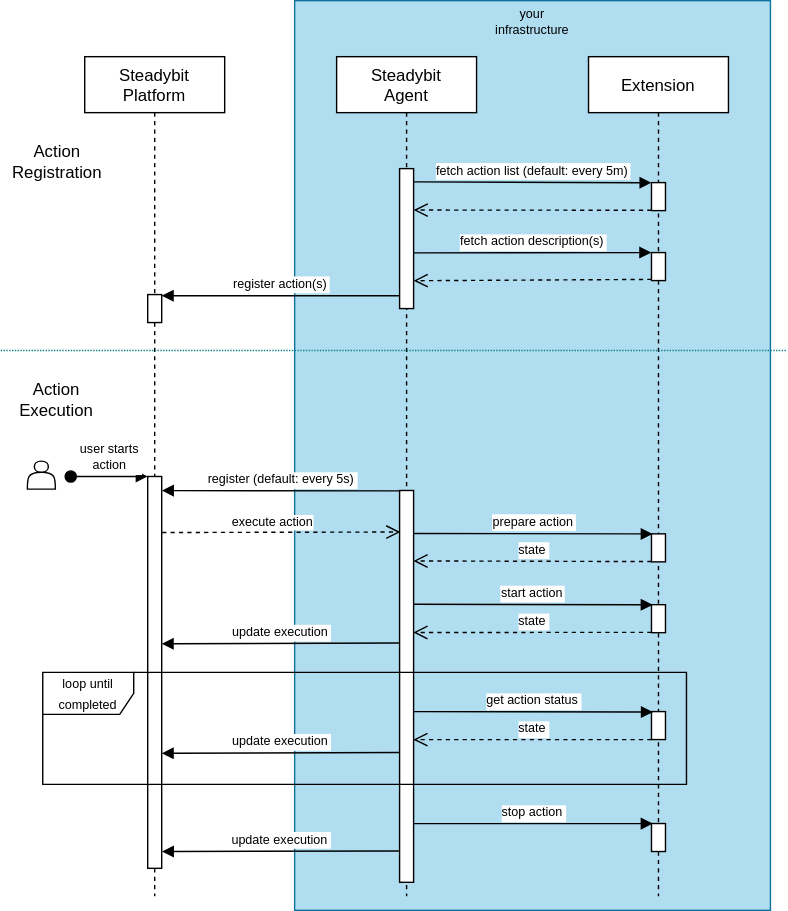
The draw.io diagram docs/img/event-flow.svg in steadybit/event-kit, before a commit. Source tidied: cells renumbered, new cells last; positions are measured from the earlier drawing's top-left corner, leaving out a move shared by most shapes.
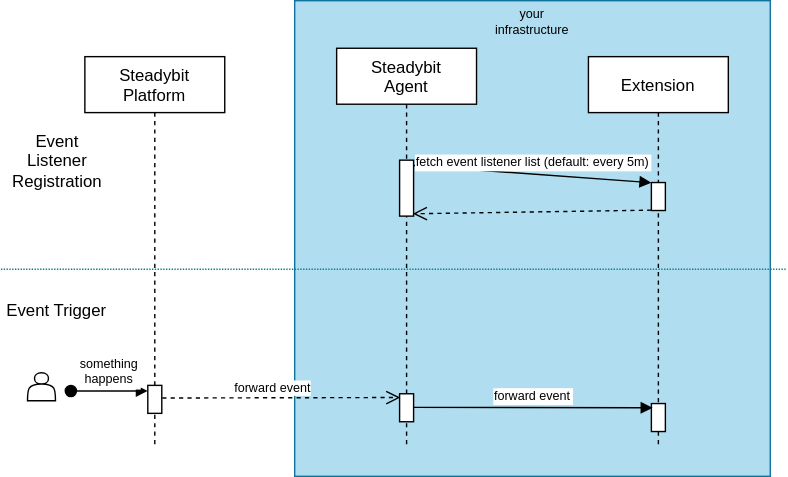
The same file after the commit.

The edit, as a diff of the source:
```diff
@@ -3,117 +3,72 @@
     <mxCell id="0" />
     <mxCell id="1" parent="0" />
     <mxCell id="2" style="whiteSpace=wrap;html=1;labelBackgroundColor=#0000CC;fontSize=9;fillColor=#b1ddf0;strokeColor=#10739e;" parent="1" vertex="1">
-      <mxGeometry x="210" width="340" height="650" as="geometry" />
+      <mxGeometry x="210" width="340" height="340" as="geometry" />
     </mxCell>
     <mxCell id="3" value="Steadybit &#10;Platform" style="shape=umlLifeline;perimeter=lifelinePerimeter;rounded=0;shadow=0;strokeWidth=1;" parent="1" vertex="1">
-      <mxGeometry x="60" y="40" width="100" height="600" as="geometry" />
+      <mxGeometry x="60" y="40" width="100" height="280" as="geometry" />
     </mxCell>
     <mxCell id="4" style="points=[];perimeter=orthogonalPerimeter;rounded=0;shadow=0;strokeWidth=1;" parent="3" vertex="1">
-      <mxGeometry x="45" y="300" width="10" height="280" as="geometry" />
+      <mxGeometry x="45" y="235" width="10" height="20" as="geometry" />
     </mxCell>
-    <mxCell id="5" value="user starts&#10;action" style="verticalAlign=bottom;startArrow=oval;endArrow=block;startSize=8;shadow=0;strokeWidth=1;fontSize=9;" parent="3" edge="1" target="4">
+    <mxCell id="5" value="something&#10;happens" style="verticalAlign=bottom;startArrow=oval;endArrow=block;startSize=8;shadow=0;strokeWidth=1;fontSize=9;" parent="3" edge="1">
       <mxGeometry relative="1" as="geometry">
-        <mxPoint x="-10" y="300" as="sourcePoint" />
+        <mxPoint x="-10" y="239" as="sourcePoint" />
+        <mxPoint x="45" y="239" as="targetPoint" />
       </mxGeometry>
     </mxCell>
-    <mxCell id="6" style="points=[];perimeter=orthogonalPerimeter;rounded=0;shadow=0;strokeWidth=1;" parent="3" vertex="1">
-      <mxGeometry x="45" y="170" width="10" height="20" as="geometry" />
-    </mxCell>
     <mxCell id="7" value="Steadybit&#10;Agent" style="shape=umlLifeline;perimeter=lifelinePerimeter;rounded=0;shadow=0;strokeWidth=1;" parent="1" vertex="1">
-      <mxGeometry x="240" y="40" width="100" height="600" as="geometry" />
+      <mxGeometry x="240" y="34" width="100" height="286" as="geometry" />
     </mxCell>
     <mxCell id="8" style="points=[];perimeter=orthogonalPerimeter;rounded=0;shadow=0;strokeWidth=1;" parent="7" vertex="1">
-      <mxGeometry x="45" y="80" width="10" height="100" as="geometry" />
+      <mxGeometry x="45" y="80" width="10" height="40" as="geometry" />
     </mxCell>
     <mxCell id="9" style="points=[];perimeter=orthogonalPerimeter;rounded=0;shadow=0;strokeWidth=1;fillColor=default;" parent="7" vertex="1">
-      <mxGeometry x="45" y="310" width="10" height="280" as="geometry" />
+      <mxGeometry x="45" y="247" width="10" height="20" as="geometry" />
     </mxCell>
-    <mxCell id="10" value="fetch action list (default: every 5m)" style="verticalAlign=bottom;endArrow=block;shadow=0;strokeWidth=1;entryX=0;entryY=0.004;entryDx=0;entryDy=0;entryPerimeter=0;exitX=1;exitY=0.095;exitDx=0;exitDy=0;exitPerimeter=0;fontSize=9;" parent="1" edge="1" source="8" target="12">
+    <mxCell id="10" value="fetch event listener list (default: every 5m)" style="verticalAlign=bottom;endArrow=block;shadow=0;strokeWidth=1;entryX=0;entryY=0.004;entryDx=0;entryDy=0;entryPerimeter=0;exitX=1;exitY=0.095;exitDx=0;exitDy=0;exitPerimeter=0;fontSize=9;" parent="1" edge="1" source="8" target="12">
       <mxGeometry relative="1" as="geometry" />
     </mxCell>
     <mxCell id="11" value="Extension" style="shape=umlLifeline;perimeter=lifelinePerimeter;rounded=0;shadow=0;strokeWidth=1;" parent="1" vertex="1">
-      <mxGeometry x="420" y="40" width="100" height="600" as="geometry" />
+      <mxGeometry x="420" y="40" width="100" height="280" as="geometry" />
     </mxCell>
     <mxCell id="12" style="points=[];perimeter=orthogonalPerimeter;rounded=0;shadow=0;strokeWidth=1;" parent="11" vertex="1">
       <mxGeometry x="45" y="90" width="10" height="20" as="geometry" />
     </mxCell>
-    <mxCell id="13" style="points=[];perimeter=orthogonalPerimeter;rounded=0;shadow=0;strokeWidth=1;" parent="11" vertex="1">
-      <mxGeometry x="45" y="140" width="10" height="20" as="geometry" />
-    </mxCell>
     <mxCell id="14" style="points=[];perimeter=orthogonalPerimeter;rounded=0;shadow=0;strokeWidth=1;" parent="11" vertex="1">
-      <mxGeometry x="45" y="341" width="10" height="20" as="geometry" />
+      <mxGeometry x="45" y="248" width="10" height="20" as="geometry" />
     </mxCell>
-    <mxCell id="15" style="points=[];perimeter=orthogonalPerimeter;rounded=0;shadow=0;strokeWidth=1;" parent="11" vertex="1">
-      <mxGeometry x="45" y="391.6" width="10" height="20" as="geometry" />
-    </mxCell>
-    <mxCell id="16" style="points=[];perimeter=orthogonalPerimeter;rounded=0;shadow=0;strokeWidth=1;" parent="11" vertex="1">
-      <mxGeometry x="45" y="548" width="10" height="20" as="geometry" />
-    </mxCell>
-    <mxCell id="17" style="verticalAlign=bottom;endArrow=open;dashed=1;endSize=8;shadow=0;strokeWidth=1;exitX=-0.001;exitY=0.987;exitDx=0;exitDy=0;exitPerimeter=0;entryX=1.005;entryY=0.296;entryDx=0;entryDy=0;entryPerimeter=0;" parent="1" edge="1" source="12" target="8">
+    <mxCell id="17" style="verticalAlign=bottom;endArrow=open;dashed=1;endSize=8;shadow=0;strokeWidth=1;exitX=-0.001;exitY=0.987;exitDx=0;exitDy=0;exitPerimeter=0;entryX=0.95;entryY=0.958;entryDx=0;entryDy=0;entryPerimeter=0;" parent="1" edge="1" source="12" target="8">
       <mxGeometry relative="1" as="geometry" />
     </mxCell>
-    <mxCell id="18" value="fetch action description(s)" style="verticalAlign=bottom;endArrow=block;shadow=0;strokeWidth=1;entryX=-0.015;entryY=-0.001;entryDx=0;entryDy=0;entryPerimeter=0;exitX=0.996;exitY=0.602;exitDx=0;exitDy=0;exitPerimeter=0;fontSize=9;" parent="1" edge="1" source="8" target="13">
-      <mxGeometry relative="1" as="geometry" />
-    </mxCell>
-    <mxCell id="19" style="verticalAlign=bottom;endArrow=open;dashed=1;endSize=8;shadow=0;strokeWidth=1;exitX=0;exitY=0.958;exitDx=0;exitDy=0;exitPerimeter=0;entryX=1.004;entryY=0.801;entryDx=0;entryDy=0;entryPerimeter=0;" parent="1" edge="1" source="13" target="8">
-      <mxGeometry relative="1" as="geometry" />
-    </mxCell>
-    <mxCell id="20" value="register action(s)" style="verticalAlign=bottom;endArrow=block;shadow=0;strokeWidth=1;exitX=0;exitY=0.908;exitDx=0;exitDy=0;exitPerimeter=0;fontSize=9;" parent="1" edge="1" source="8" target="6">
-      <mxGeometry relative="1" as="geometry" />
-    </mxCell>
     <mxCell id="21" style="shape=actor;whiteSpace=wrap;html=1;" parent="1" vertex="1">
-      <mxGeometry x="19" y="329" width="20" height="20" as="geometry" />
+      <mxGeometry x="19" y="266" width="20" height="20" as="geometry" />
     </mxCell>
     <mxCell id="22" style="endArrow=none;dashed=1;html=1;rounded=0;fontSize=7;fillColor=#b0e3e6;strokeColor=#0e8088;dashPattern=1 1;" parent="1" edge="1">
       <mxGeometry relative="1" as="geometry">
-        <mxPoint y="250" as="sourcePoint" />
-        <mxPoint x="561" y="250" as="targetPoint" />
+        <mxPoint y="192" as="sourcePoint" />
+        <mxPoint x="561" y="192" as="targetPoint" />
       </mxGeometry>
     </mxCell>
-    <mxCell id="23" value="&lt;font style=&quot;font-size: 12px;&quot;&gt;Action Registration&lt;/font&gt;" style="text;html=1;strokeColor=none;fillColor=none;align=center;verticalAlign=middle;whiteSpace=wrap;rounded=0;fontSize=10;" parent="1" vertex="1">
+    <mxCell id="23" value="&lt;font style=&quot;font-size: 12px;&quot;&gt;Event&lt;br&gt;Listener Registration&lt;/font&gt;" style="text;html=1;strokeColor=none;fillColor=none;align=center;verticalAlign=middle;whiteSpace=wrap;rounded=0;fontSize=10;" parent="1" vertex="1">
       <mxGeometry x="1" y="100" width="79" height="30" as="geometry" />
     </mxCell>
-    <mxCell id="24" value="&lt;font style=&quot;font-size: 12px;&quot;&gt;Action Execution&lt;/font&gt;" style="text;html=1;strokeColor=none;fillColor=none;align=center;verticalAlign=middle;whiteSpace=wrap;rounded=0;fontSize=10;" parent="1" vertex="1">
-      <mxGeometry y="270" width="80" height="30" as="geometry" />
+    <mxCell id="24" value="&lt;font style=&quot;font-size: 12px;&quot;&gt;Event Trigger&lt;/font&gt;" style="text;html=1;strokeColor=none;fillColor=none;align=center;verticalAlign=middle;whiteSpace=wrap;rounded=0;fontSize=10;" parent="1" vertex="1">
+      <mxGeometry y="207" width="80" height="30" as="geometry" />
     </mxCell>
-    <mxCell id="25" value="register (default: every 5s)" style="verticalAlign=bottom;endArrow=block;shadow=0;strokeWidth=1;fontSize=9;exitX=0.055;exitY=0.001;exitDx=0;exitDy=0;exitPerimeter=0;entryX=1.013;entryY=0.036;entryDx=0;entryDy=0;entryPerimeter=0;" parent="1" edge="1" source="9" target="4">
-      <mxGeometry relative="1" as="geometry" />
-    </mxCell>
-    <mxCell id="26" value="prepare action" style="verticalAlign=bottom;endArrow=block;shadow=0;strokeWidth=1;fontSize=9;entryX=0.087;entryY=0.003;entryDx=0;entryDy=0;entryPerimeter=0;exitX=0.964;exitY=0.054;exitDx=0;exitDy=0;exitPerimeter=0;" parent="1" edge="1" target="14">
+    <mxCell id="26" value="forward event" style="verticalAlign=bottom;endArrow=block;shadow=0;strokeWidth=1;fontSize=9;entryX=0.087;entryY=0.003;entryDx=0;entryDy=0;entryPerimeter=0;exitX=0.964;exitY=0.054;exitDx=0;exitDy=0;exitPerimeter=0;" parent="1" edge="1">
       <mxGeometry relative="1" as="geometry">
-        <mxPoint x="294.6" y="380.7" as="sourcePoint" />
+        <mxPoint x="294.6" y="290.7" as="sourcePoint" />
+        <mxPoint x="465.9" y="291.1" as="targetPoint" />
       </mxGeometry>
     </mxCell>
-    <mxCell id="27" value="state" style="verticalAlign=bottom;endArrow=open;dashed=1;endSize=8;shadow=0;strokeWidth=1;exitX=0;exitY=0.99;exitDx=0;exitDy=0;exitPerimeter=0;entryX=0.993;entryY=0.163;entryDx=0;entryDy=0;entryPerimeter=0;fontSize=9;" parent="1" edge="1" source="14">
-      <mxGeometry relative="1" as="geometry">
-        <mxPoint x="294.9" y="400.3" as="targetPoint" />
-      </mxGeometry>
-    </mxCell>
-    <mxCell id="28" value="update execution" style="verticalAlign=bottom;endArrow=block;shadow=0;strokeWidth=1;fontSize=9;entryX=1.013;entryY=0.85;entryDx=0;entryDy=0;entryPerimeter=0;exitX=-0.047;exitY=0.92;exitDx=0;exitDy=0;exitPerimeter=0;" parent="1" edge="1" source="9">
-      <mxGeometry relative="1" as="geometry">
-        <mxPoint x="115.1" y="608" as="targetPoint" />
-      </mxGeometry>
-    </mxCell>
-    <mxCell id="29" value="update execution" style="verticalAlign=bottom;endArrow=block;shadow=0;strokeWidth=1;fontSize=9;exitX=-0.003;exitY=0.5;exitDx=0;exitDy=0;exitPerimeter=0;entryX=1;entryY=0.503;entryDx=0;entryDy=0;entryPerimeter=0;" parent="1" edge="1">
-      <mxGeometry relative="1" as="geometry">
-        <mxPoint x="285" y="459" as="sourcePoint" />
-        <mxPoint x="115" y="459.6" as="targetPoint" />
-      </mxGeometry>
-    </mxCell>
-    <mxCell id="30" value="state" style="verticalAlign=bottom;endArrow=open;dashed=1;endSize=8;shadow=0;strokeWidth=1;exitX=0;exitY=0.99;exitDx=0;exitDy=0;exitPerimeter=0;entryX=0.984;entryY=0.447;entryDx=0;entryDy=0;entryPerimeter=0;fontSize=9;" parent="1" edge="1" source="15">
-      <mxGeometry relative="1" as="geometry">
-        <mxPoint x="294.8" y="451.5" as="targetPoint" />
-      </mxGeometry>
-    </mxCell>
-    <mxCell id="31" value="start action" style="verticalAlign=bottom;endArrow=block;shadow=0;strokeWidth=1;fontSize=9;entryX=0.087;entryY=0.003;entryDx=0;entryDy=0;entryPerimeter=0;exitX=0.996;exitY=0.335;exitDx=0;exitDy=0;exitPerimeter=0;" parent="1" edge="1" target="15">
-      <mxGeometry relative="1" as="geometry">
-        <mxPoint x="295" y="431.3" as="sourcePoint" />
-      </mxGeometry>
-    </mxCell>
-    <mxCell id="32" style="verticalAlign=bottom;endArrow=open;dashed=1;endSize=8;shadow=0;strokeWidth=1;entryX=0.053;entryY=0.106;entryDx=0;entryDy=0;entryPerimeter=0;exitX=1.033;exitY=0.143;exitDx=0;exitDy=0;exitPerimeter=0;" parent="1" edge="1" source="4" target="9">
-      <mxGeometry relative="1" as="geometry" />
+    <mxCell id="32" style="verticalAlign=bottom;endArrow=open;dashed=1;endSize=8;shadow=0;strokeWidth=1;entryX=0.053;entryY=0.106;entryDx=0;entryDy=0;entryPerimeter=0;exitX=1.033;exitY=0.143;exitDx=0;exitDy=0;exitPerimeter=0;" parent="1" edge="1">
+      <mxGeometry relative="1" as="geometry">
+        <mxPoint x="115.3" y="284" as="sourcePoint" />
+        <mxPoint x="285.5" y="283.7" as="targetPoint" />
+      </mxGeometry>
     </mxCell>
-    <mxCell id="33" value="execute action" style="edgeLabel;html=1;align=center;verticalAlign=middle;fontSize=9;" parent="32" vertex="1">
+    <mxCell id="33" value="forward event" style="edgeLabel;html=1;align=center;verticalAlign=middle;fontSize=9;" parent="32" vertex="1">
       <mxGeometry x="0.11" y="-1" relative="1" as="geometry">
         <mxPoint x="-16" y="-8" as="offset" />
       </mxGeometry>
@@ -121,32 +76,5 @@
     <mxCell id="34" value="your infrastructure" style="text;html=1;strokeColor=none;fillColor=none;align=center;verticalAlign=middle;whiteSpace=wrap;rounded=0;labelBackgroundColor=none;fontSize=9;" parent="1" vertex="1">
       <mxGeometry x="350" width="60" height="30" as="geometry" />
     </mxCell>
-    <mxCell id="35" value="stop action" style="verticalAlign=bottom;endArrow=block;shadow=0;strokeWidth=1;fontSize=9;entryX=0.087;entryY=0.003;entryDx=0;entryDy=0;entryPerimeter=0;" parent="1" edge="1" source="9" target="16">
-      <mxGeometry relative="1" as="geometry" />
-    </mxCell>
-    <mxCell id="36" value="&lt;font style=&quot;font-size: 9px;&quot;&gt;loop until completed&lt;/font&gt;" style="shape=umlFrame;whiteSpace=wrap;html=1;width=65;height=30;" parent="1" vertex="1">
-      <mxGeometry x="30" y="480" width="460" height="80" as="geometry" />
-    </mxCell>
-    <mxCell id="37" style="perimeter=orthogonalPerimeter;rounded=0;shadow=0;strokeWidth=1;" parent="1" vertex="1">
-      <mxGeometry x="465" y="508" width="10" height="20" as="geometry" />
-    </mxCell>
-    <mxCell id="38" value="get action status" style="verticalAlign=bottom;endArrow=block;shadow=0;strokeWidth=1;fontSize=9;entryX=0.087;entryY=0.003;entryDx=0;entryDy=0;entryPerimeter=0;exitX=0.996;exitY=0.335;exitDx=0;exitDy=0;exitPerimeter=0;" parent="1" edge="1">
-      <mxGeometry relative="1" as="geometry">
-        <mxPoint x="295.1" y="508" as="sourcePoint" />
-        <mxPoint x="466" y="508.4" as="targetPoint" />
-      </mxGeometry>
-    </mxCell>
-    <mxCell id="39" value="state" style="verticalAlign=bottom;endArrow=open;dashed=1;endSize=8;shadow=0;strokeWidth=1;exitX=0;exitY=0.99;exitDx=0;exitDy=0;exitPerimeter=0;entryX=0.984;entryY=0.447;entryDx=0;entryDy=0;entryPerimeter=0;fontSize=9;" parent="1" edge="1">
-      <mxGeometry relative="1" as="geometry">
-        <mxPoint x="465" y="528" as="sourcePoint" />
-        <mxPoint x="294.8" y="528.1" as="targetPoint" />
-      </mxGeometry>
-    </mxCell>
-    <mxCell id="40" value="update execution" style="verticalAlign=bottom;endArrow=block;shadow=0;strokeWidth=1;fontSize=9;exitX=-0.003;exitY=0.5;exitDx=0;exitDy=0;exitPerimeter=0;entryX=1;entryY=0.503;entryDx=0;entryDy=0;entryPerimeter=0;" parent="1" edge="1">
-      <mxGeometry relative="1" as="geometry">
-        <mxPoint x="285" y="537.2" as="sourcePoint" />
-        <mxPoint x="115" y="537.8" as="targetPoint" />
-      </mxGeometry>
-    </mxCell>
   </root>
 </mxGraphModel>
```
